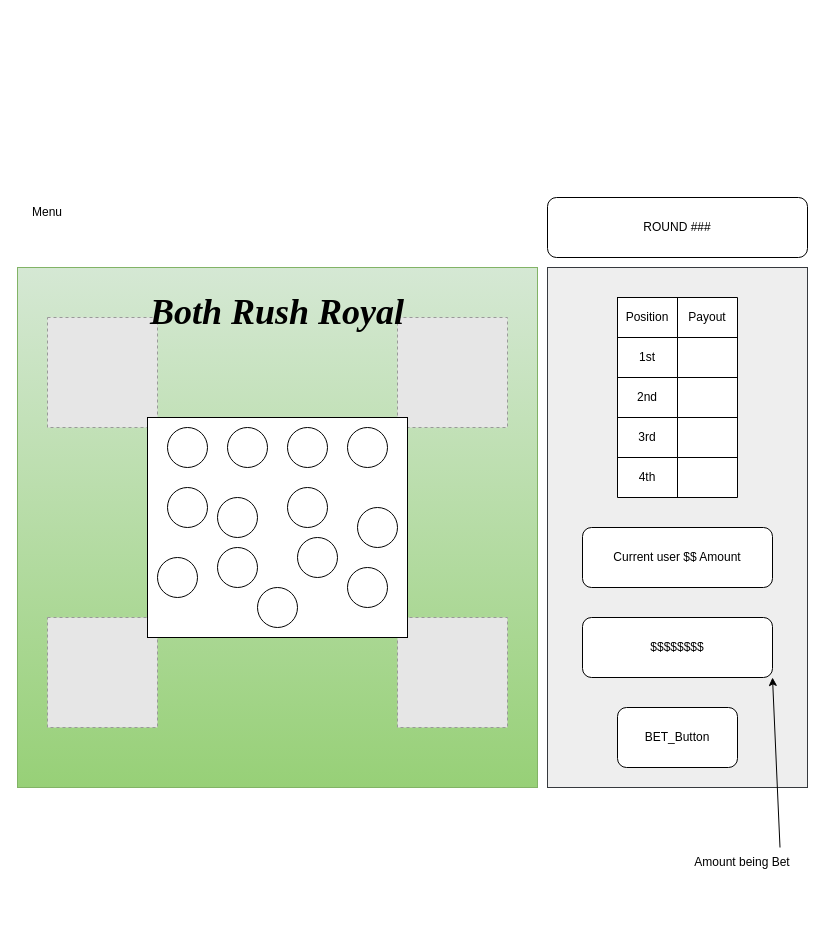
Before: page "Main in-game process" (1 of 3) of docs/sketching.drawio in WilmerSoriano/RushBots_Royal, a draw.io diagram. Source tidied: cells renumbered, new cells numbered last; positions are measured from the earlier drawing's top-left corner, leaving out a move shared by most shapes. Both pictures are drawn from the tidied source at 100%, with x=0, y=0 at pixel (17, 197). Pictures stored in the file or linked from it are replaced by grey dashed boxes.
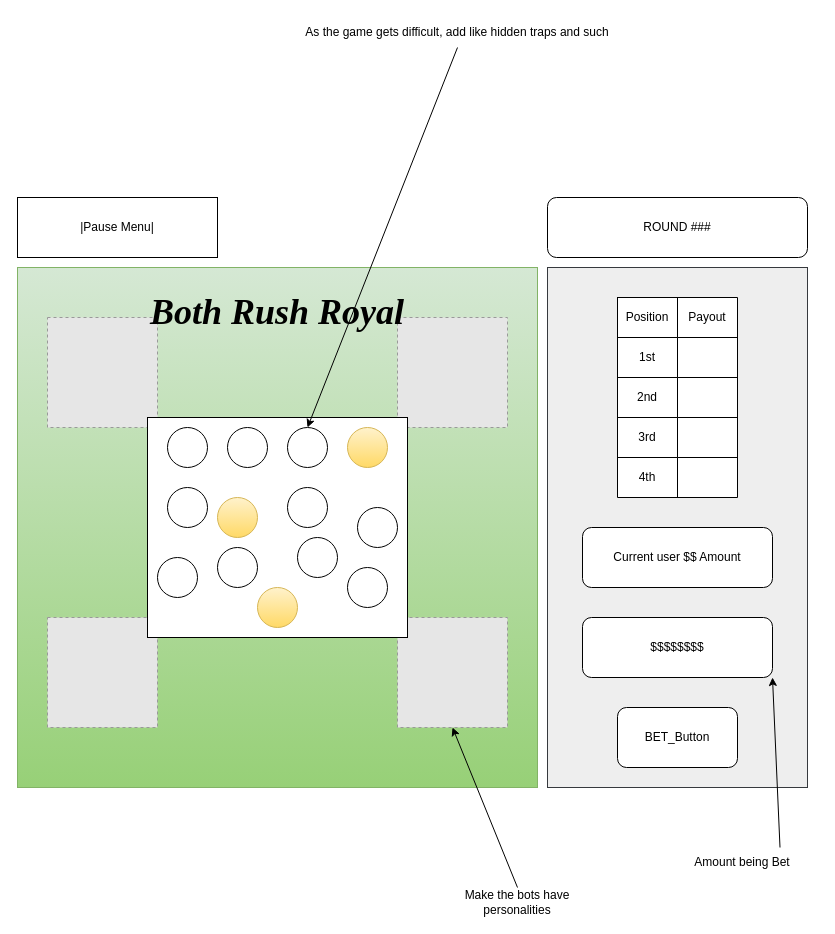
The same page after the edit.

Commit message (it also covers changes not shown here):
Explanation menu added

The change refers to these unchanged cells:
```xml
<mxCell id="2" style="group;" parent="1" vertex="1">
  <mxGeometry y="70" width="520" height="520" as="geometry" />
</mxCell>
<mxCell id="7" style="fillColor=#E6E6E6;strokeColor=#999999;dashed=1;html=1;verticalAlign=top;verticalLabelPosition=bottom;labelBackgroundColor=#ffffff;" parent="2" vertex="1">
  <mxGeometry x="380" y="350" width="110" height="110" as="geometry" />
</mxCell>
<mxCell id="12" style="ellipse;whiteSpace=wrap;html=1;" parent="2" vertex="1">
  <mxGeometry x="270" y="160" width="40" height="40" as="geometry" />
</mxCell>
```

The edit, as a diff of the source:
```diff
@@
-    <mxCell id="13" style="ellipse;whiteSpace=wrap;html=1;" parent="2" vertex="1">
+    <mxCell id="13" style="ellipse;whiteSpace=wrap;html=1;fillColor=#fff2cc;gradientColor=#ffd966;strokeColor=#d6b656;" parent="2" vertex="1">
       <mxGeometry x="330" y="160" width="40" height="40" as="geometry" />
     </mxCell>
@@
-    <mxCell id="15" style="ellipse;whiteSpace=wrap;html=1;" parent="2" vertex="1">
+    <mxCell id="15" style="ellipse;whiteSpace=wrap;html=1;fillColor=#fff2cc;gradientColor=#ffd966;strokeColor=#d6b656;" parent="2" vertex="1">
       <mxGeometry x="200" y="230" width="40" height="40" as="geometry" />
     </mxCell>
@@
-    <mxCell id="22" style="ellipse;whiteSpace=wrap;html=1;" parent="2" vertex="1">
+    <mxCell id="22" style="ellipse;whiteSpace=wrap;html=1;fillColor=#fff2cc;strokeColor=#d6b656;gradientColor=#ffd966;" parent="2" vertex="1">
       <mxGeometry x="240" y="320" width="40" height="40" as="geometry" />
     </mxCell>
@@
-    <mxCell id="46" value="&lt;div&gt;Menu&lt;/div&gt;" style="text;html=1;whiteSpace=wrap;strokeColor=none;fillColor=none;align=center;verticalAlign=middle;rounded=0;" parent="1" vertex="1">
-      <mxGeometry width="60" height="30" as="geometry" />
-    </mxCell>
+    <mxCell id="47" value="|Pause Menu|" style="rounded=0;whiteSpace=wrap;html=1;" parent="1" vertex="1">
+      <mxGeometry width="200" height="60" as="geometry" />
+    </mxCell>
+    <mxCell id="48" style="endArrow=classic;html=1;rounded=0;entryX=0.5;entryY=0;entryDx=0;entryDy=0;exitX=0.5;exitY=1;exitDx=0;exitDy=0;" parent="1" edge="1" source="49" target="12">
+      <mxGeometry relative="1" as="geometry" />
+    </mxCell>
+    <mxCell id="49" value="As the game gets difficult, add like hidden traps and such" style="text;html=1;whiteSpace=wrap;strokeColor=none;fillColor=none;align=center;verticalAlign=middle;rounded=0;" parent="1" vertex="1">
+      <mxGeometry x="280" y="-180" width="320" height="30" as="geometry" />
+    </mxCell>
+    <mxCell id="50" style="endArrow=classic;html=1;rounded=0;entryX=0.5;entryY=1;entryDx=0;entryDy=0;exitX=0.5;exitY=0;exitDx=0;exitDy=0;" parent="1" edge="1" source="51" target="7">
+      <mxGeometry relative="1" as="geometry" />
+    </mxCell>
+    <mxCell id="51" value="Make the bots have personalities" style="text;html=1;whiteSpace=wrap;strokeColor=none;fillColor=none;align=center;verticalAlign=middle;rounded=0;" parent="1" vertex="1">
+      <mxGeometry x="420" y="690" width="160" height="30" as="geometry" />
+    </mxCell>
```
